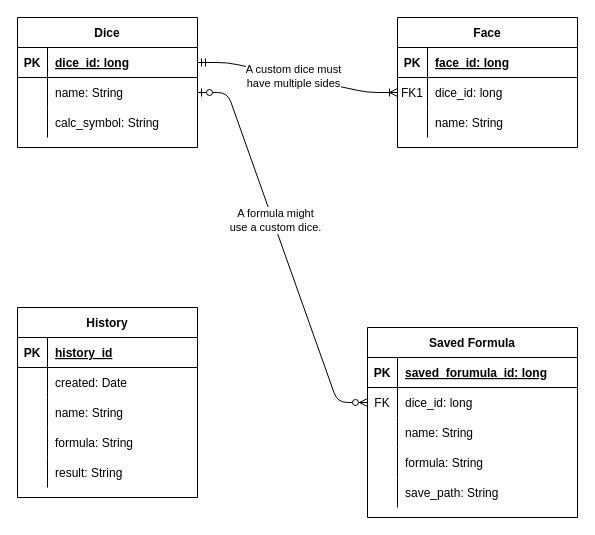
This is docs/erd.drawio from ddc-java-12/personal-android-project-darbach, a draw.io file, before an edit. Source tidied: cells renumbered, new cells numbered last; positions are measured from the earlier drawing's top-left corner, leaving out a move shared by most shapes. Both pictures are drawn from the tidied source at 100%, with x=0, y=0 at pixel (17, 17).
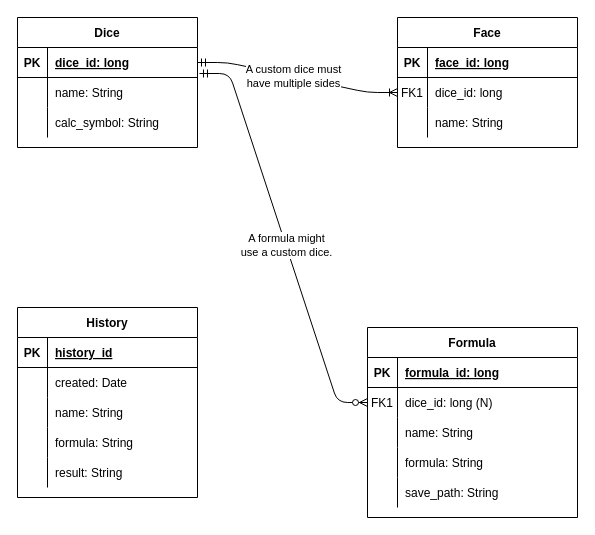
The same page after the edit.

Commit message (it also covers changes not shown here):
Updated ERD. Dice-to-formula relationship, nullable FK, table title.

The change refers to these unchanged cells:
```xml
<mxCell id="6" style="shape=partialRectangle;fillColor=none;top=0;left=0;bottom=0;right=0;points=[[0,0.5],[1,0.5]];portConstraint=eastwest;" parent="2" vertex="1">
  <mxGeometry y="60" width="180" height="30" as="geometry" />
</mxCell>
<mxCell id="13" style="shape=partialRectangle;fillColor=none;top=0;left=0;bottom=1;right=0;" parent="12" vertex="1">
  <mxGeometry y="30" width="210" height="30" as="geometry" />
</mxCell>
<mxCell id="16" style="shape=partialRectangle;fillColor=none;top=0;left=0;bottom=0;right=0;points=[[0,0.5],[1,0.5]];portConstraint=eastwest;" parent="12" vertex="1">
  <mxGeometry y="60" width="210" height="30" as="geometry" />
</mxCell>
```

Change to the diagram source:
```diff
@@
-    <mxCell id="12" value="Saved Formula" style="shape=table;startSize=30;childLayout=tableLayout;rowLines=0;fontStyle=1;align=center;" parent="1" vertex="1">
+    <mxCell id="12" value="Formula" style="shape=table;startSize=30;childLayout=tableLayout;rowLines=0;fontStyle=1;align=center;" parent="1" vertex="1">
       <mxGeometry x="350" y="310" width="210" height="190" as="geometry" />
     </mxCell>
@@
-    <mxCell id="15" value="saved_forumula_id: long" style="shape=partialRectangle;fillColor=none;top=0;left=0;bottom=0;right=0;align=left;spacingLeft=6;fontStyle=5;overflow=hidden;" parent="13" vertex="1">
+    <mxCell id="15" value="formula_id: long" style="shape=partialRectangle;fillColor=none;top=0;left=0;bottom=0;right=0;align=left;spacingLeft=6;fontStyle=5;overflow=hidden;" parent="13" vertex="1">
       <mxGeometry x="30" width="180" height="30" as="geometry" />
     </mxCell>
@@
-    <mxCell id="17" value="FK" style="shape=partialRectangle;fillColor=none;top=0;left=0;bottom=0;right=0;overflow=hidden;" parent="16" vertex="1">
+    <mxCell id="17" value="FK1" style="shape=partialRectangle;fillColor=none;top=0;left=0;bottom=0;right=0;overflow=hidden;" parent="16" vertex="1">
       <mxGeometry width="30" height="30" as="geometry" />
     </mxCell>
-    <mxCell id="18" value="dice_id: long" style="shape=partialRectangle;fillColor=none;top=0;left=0;bottom=0;right=0;align=left;spacingLeft=6;overflow=hidden;" parent="16" vertex="1">
+    <mxCell id="18" value="dice_id: long (N)" style="shape=partialRectangle;fillColor=none;top=0;left=0;bottom=0;right=0;align=left;spacingLeft=6;overflow=hidden;" parent="16" vertex="1">
       <mxGeometry x="30" width="180" height="30" as="geometry" />
     </mxCell>
@@
-    <mxCell id="40" style="edgeStyle=entityRelationEdgeStyle;fontSize=12;html=1;endArrow=ERzeroToMany;startArrow=ERzeroToOne;exitX=1;exitY=0.5;exitDx=0;exitDy=0;entryX=0;entryY=0.5;entryDx=0;entryDy=0;" parent="1" edge="1" source="6" target="16">
-      <mxGeometry relative="1" as="geometry" />
-    </mxCell>
-    <mxCell id="41" value="&lt;div&gt;A formula might&lt;/div&gt;&lt;div&gt;use a custom dice.&lt;/div&gt;" style="edgeLabel;html=1;align=center;verticalAlign=middle;" parent="40" vertex="1">
-      <mxGeometry x="-0.15" y="3" relative="1" as="geometry">
-        <mxPoint y="1" as="offset" />
-      </mxGeometry>
-    </mxCell>
@@
+    <mxCell id="40" style="edgeStyle=entityRelationEdgeStyle;fontSize=12;html=1;endArrow=ERzeroToMany;startArrow=ERmandOne;entryX=0;entryY=0.5;entryDx=0;entryDy=0;exitX=1.011;exitY=-0.133;exitDx=0;exitDy=0;exitPerimeter=0;" parent="1" edge="1" source="6" target="16">
+      <mxGeometry relative="1" as="geometry" />
+    </mxCell>
+    <mxCell id="41" value="&lt;div&gt;A formula might&lt;/div&gt;&lt;div&gt;use a custom dice.&lt;/div&gt;" style="edgeLabel;html=1;align=center;verticalAlign=middle;" parent="40" vertex="1">
+      <mxGeometry x="0.04" relative="1" as="geometry" />
+    </mxCell>
```
